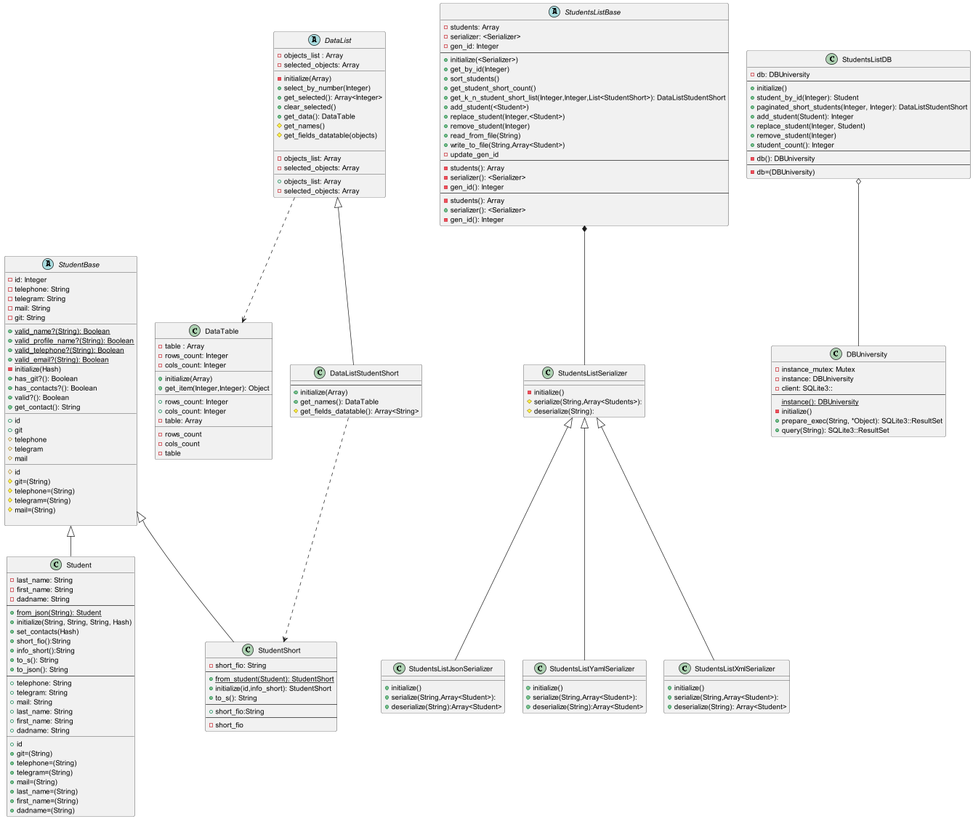
KREEAL/RubyLabs keeps this PlantUML diagram as LR2/diagram/Class/StudentClassDiagram.png. Above is the earlier version.
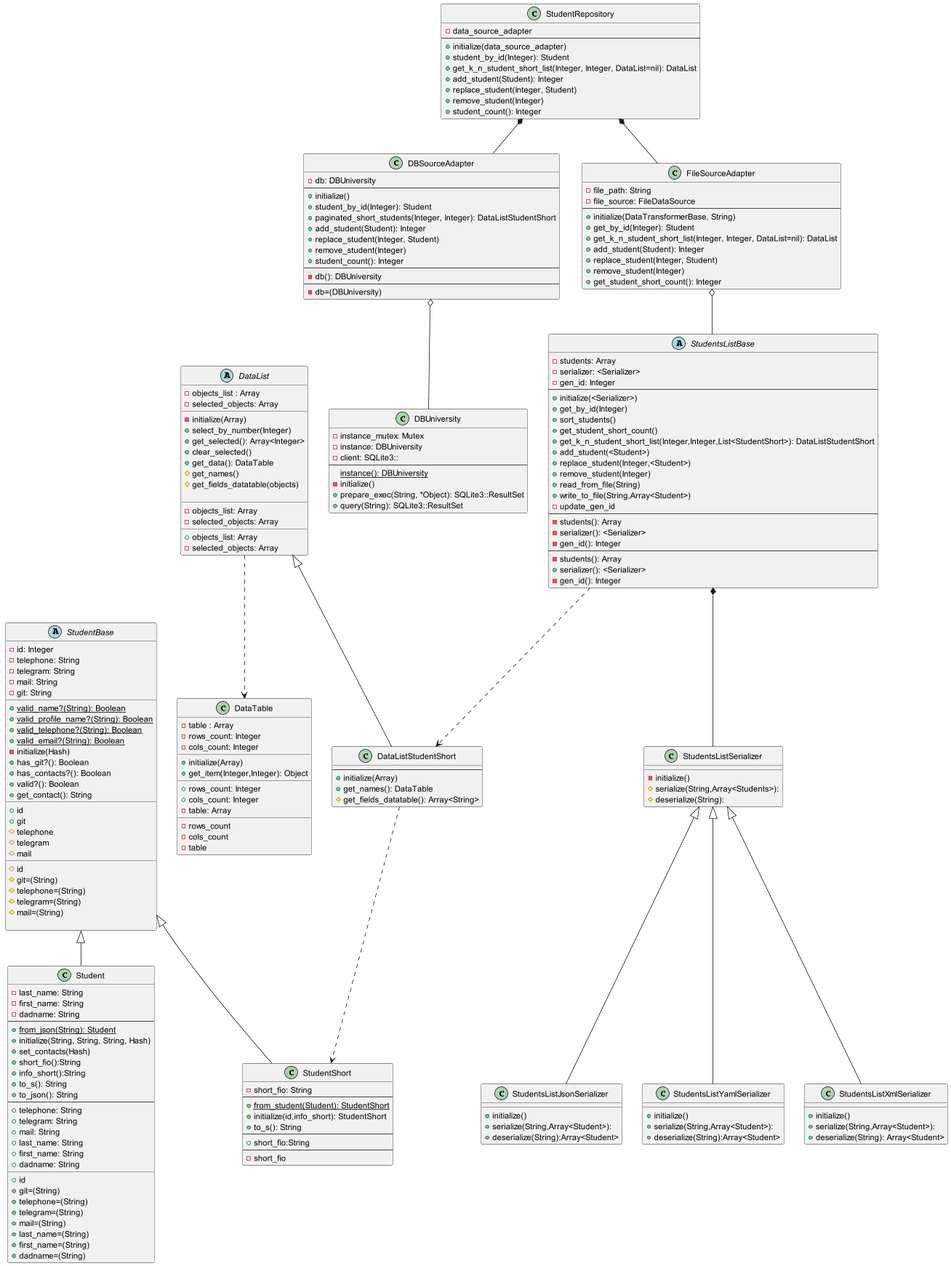
Later version of the same file.

The edit, as a diff of the source:
```diff
@@ -173,7 +173,7 @@
     +prepare_exec(String, *Object): SQLite3::ResultSet
     +query(String): SQLite3::ResultSet
 }
-class StudentsListDB {
+class DBSourceAdapter {
     -db: DBUniversity
     --
     +initialize()
@@ -189,10 +189,40 @@
     -db=(DBUniversity)
 }
 
+class StudentRepository {
+    -data_source_adapter
+    --
+    +initialize(data_source_adapter)
+    +student_by_id(Integer): Student
+    +get_k_n_student_short_list(Integer, Integer, DataList=nil): DataList
+    +add_student(Student): Integer
+    +replace_student(Integer, Student)
+    +remove_student(Integer)
+    +student_count(): Integer
+}
+
+class FileSourceAdapter {
+    -file_path: String
+    -file_source: FileDataSource
+    --
+    +initialize(DataTransformerBase, String)
+    +get_by_id(Integer): Student
+    +get_k_n_student_short_list(Integer, Integer, DataList=nil): DataList
+    +add_student(Student): Integer
+    +replace_student(Integer, Student)
+    +remove_student(Integer)
+    +get_student_short_count(): Integer
+}
 
 
 DataList ..> DataTable
 StudentsListBase *-- StudentsListSerializer
-StudentsListDB o-- DBUniversity
 DataListStudentShort ..> StudentShort
+
+DBSourceAdapter o-- DBUniversity
+StudentRepository *-- DBSourceAdapter
+StudentRepository *-- FileSourceAdapter
+
+FileSourceAdapter o-- StudentsListBase
+StudentsListBase ..> DataListStudentShort
 @enduml
```
